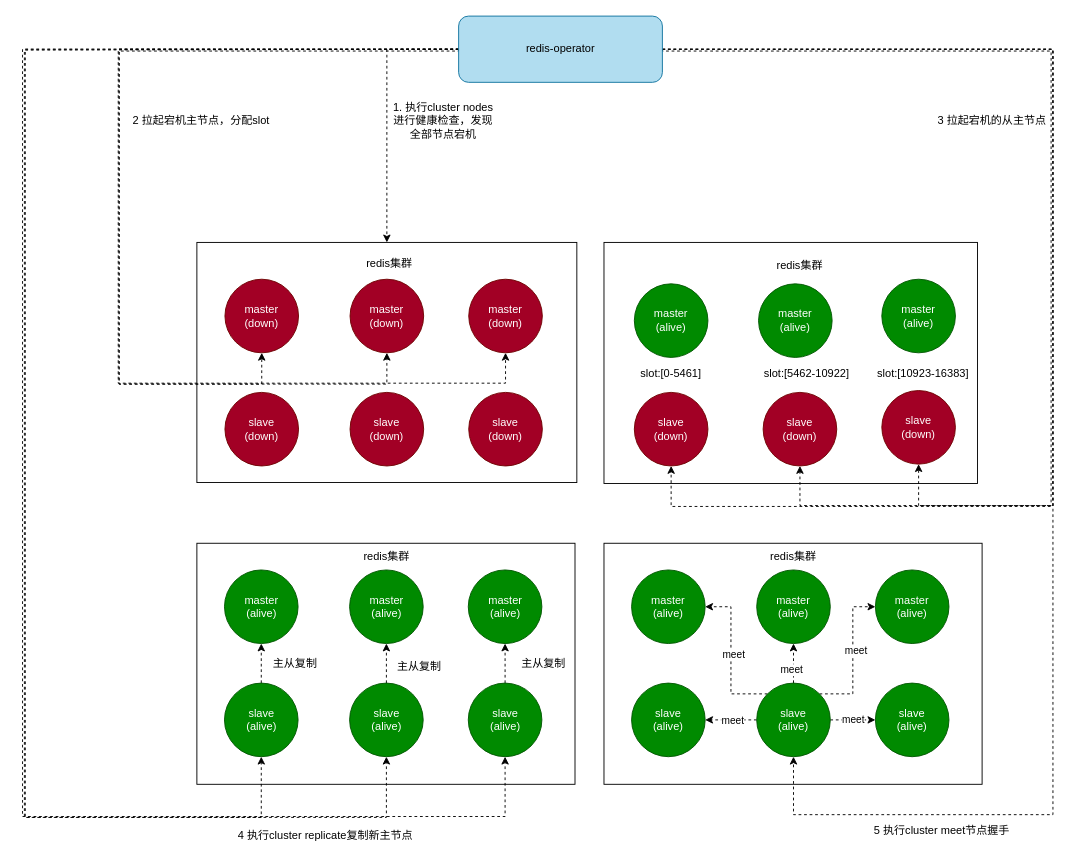
The draw.io diagram diagrams/redis集群全部节点宕机.drawio in fengyinqiao/cloudimg, before the edit. Source tidied: cells renumbered, new cells numbered last; positions are measured from the earlier drawing's top-left corner, leaving out a move shared by most shapes. Both pictures are drawn from the tidied source at 92%, with x=0, y=0 at pixel (22, 16).
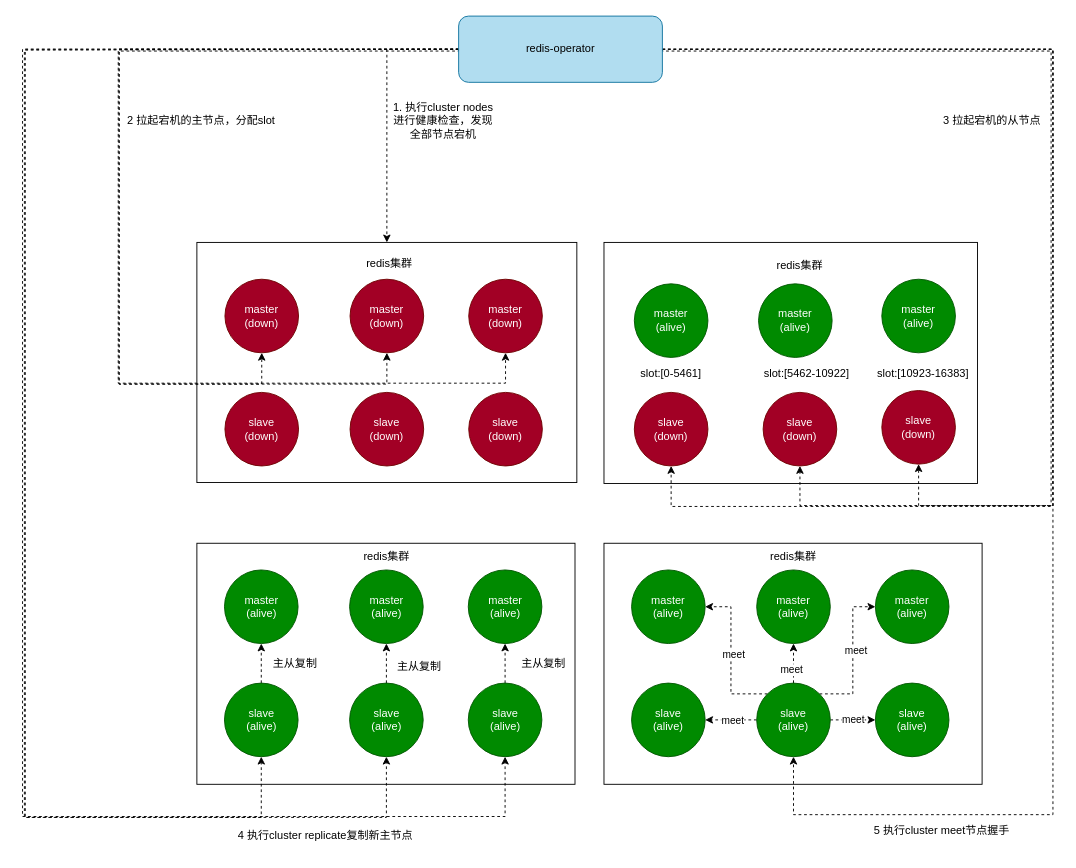
The same page after the edit.

Commit message (it also covers changes not shown here):
更新redis集群全部节点宕机.drawio

The edit, as a diff of the source:
```diff
@@
-    <mxCell id="39" value="2 拉起宕机主节点，分配slot" style="text;html=1;strokeColor=none;fillColor=none;align=center;verticalAlign=middle;whiteSpace=wrap;rounded=0;" parent="1" vertex="1">
+    <mxCell id="39" value="2 拉起宕机的主节点，分配slot" style="text;html=1;strokeColor=none;fillColor=none;align=center;verticalAlign=middle;whiteSpace=wrap;rounded=0;" parent="1" vertex="1">
       <mxGeometry x="111" y="94" width="167" height="40" as="geometry" />
     </mxCell>
@@
-    <mxCell id="51" value="3 拉起宕机的从主节点" style="text;html=1;strokeColor=none;fillColor=none;align=center;verticalAlign=middle;whiteSpace=wrap;rounded=0;" parent="1" vertex="1">
+    <mxCell id="51" value="3 拉起宕机的从节点" style="text;html=1;strokeColor=none;fillColor=none;align=center;verticalAlign=middle;whiteSpace=wrap;rounded=0;" parent="1" vertex="1">
       <mxGeometry x="989" y="99" width="130" height="30" as="geometry" />
     </mxCell>
```
